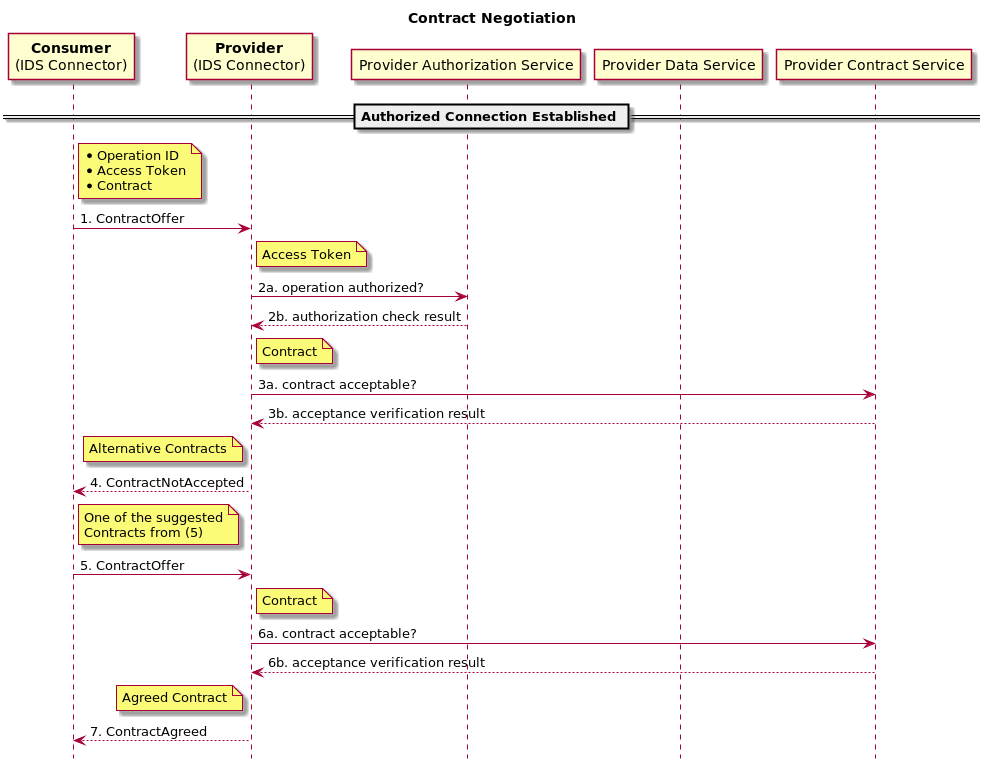
Earlier version of the PlantUML export images/contract_negotiation.png (International-Data-Spaces-Association/InformationModel). Source of this version:
```plantuml
@startuml

hide footbox

title Contract Negotiation

participant "**Consumer**\n(IDS Connector)" as C
participant "**Provider**\n(IDS Connector)" as P
participant "Provider Authorization Service" as PAS
participant "Provider Data Service" as PDS
participant "Provider Contract Service" as PCS

== Authorized Connection Established ==

note right of C: *Operation ID\n*Access Token\n*Contract
C -> P: 1. ContractOffer

note right of P: Access Token
P -> PAS: 2a. operation authorized?
P <-- PAS: 2b. authorization check result

note right of P: Contract
P -> PCS: 3a. contract acceptable?
P <-- PCS: 3b. acceptance verification result

note left of P: Alternative Contracts
P --> C: 4. ContractNotAccepted

note right of C: One of the suggested\nContracts from (5)
C -> P: 5. ContractOffer

note right of P: Contract
P -> PCS: 6a. contract acceptable?
P <-- PCS: 6b. acceptance verification result

note left of P: Agreed Contract
P --> C: 7. ContractAgreed

@enduml
```
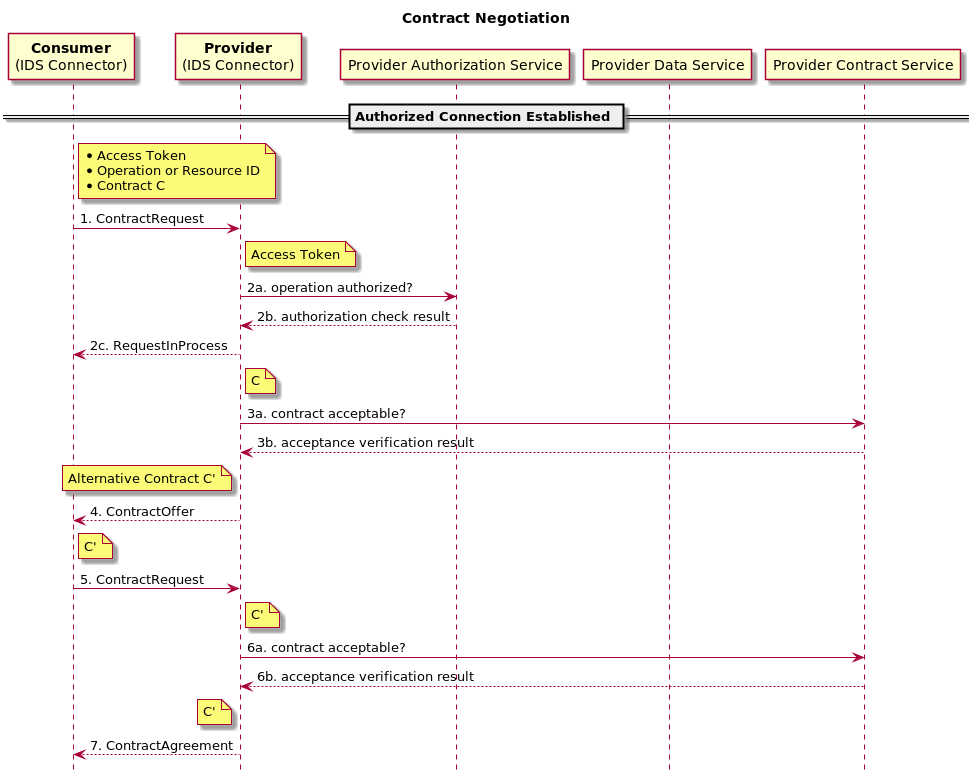
After the commit.

Commit message:
cleanup, figure update

What changed in the source:
```diff
@@ -12,28 +12,30 @@
 
 == Authorized Connection Established ==
 
-note right of C: *Operation ID\n*Access Token\n*Contract
-C -> P: 1. ContractOffer
+note right of C: *Access Token\n*Operation or Resource ID\n*Contract C
+C -> P: 1. ContractRequest
 
 note right of P: Access Token
 P -> PAS: 2a. operation authorized?
 P <-- PAS: 2b. authorization check result
 
-note right of P: Contract
+C <-- P: 2c. RequestInProcess
+
+note right of P: C
 P -> PCS: 3a. contract acceptable?
 P <-- PCS: 3b. acceptance verification result
 
-note left of P: Alternative Contracts
-P --> C: 4. ContractNotAccepted
+note left of P: Alternative Contract C'
+P --> C: 4. ContractOffer
 
-note right of C: One of the suggested\nContracts from (5)
-C -> P: 5. ContractOffer
+note right of C: C'
+C -> P: 5. ContractRequest
 
-note right of P: Contract
+note right of P: C'
 P -> PCS: 6a. contract acceptable?
 P <-- PCS: 6b. acceptance verification result
 
-note left of P: Agreed Contract
-P --> C: 7. ContractAgreed
+note left of P: C'
+P --> C: 7. ContractAgreement
 
 @enduml
```
